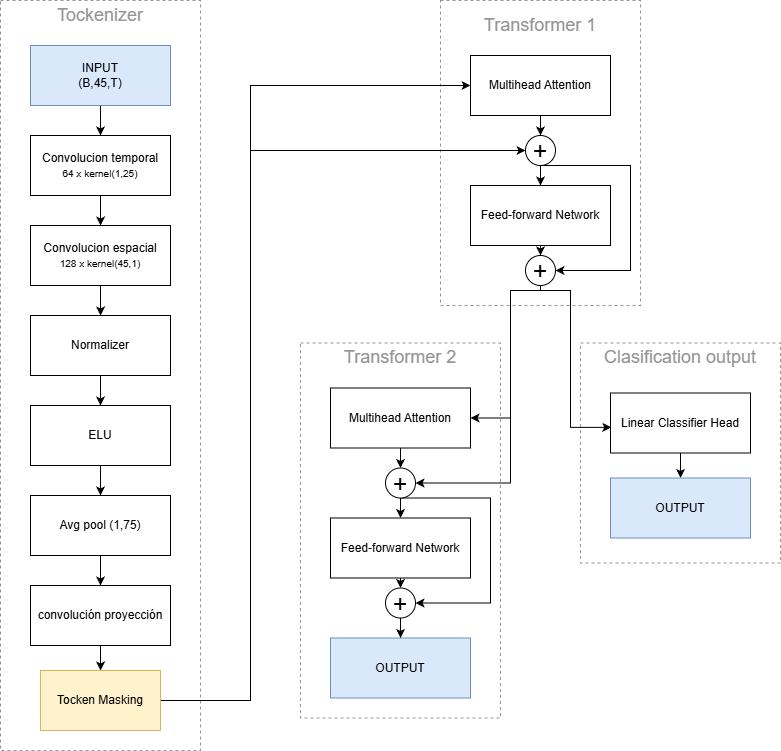
Before: Memoria/plantilla_tfg_latex__1_/Imagenes/Bitmap/Esquema-Training-Modelo.png, a diagram exported from draw.io (J0RGITO-SA3Z/TFG-BCI). Source tidied: cells renumbered, new cells last; positions are measured from the earlier drawing's top-left corner, leaving out a move shared by most shapes.
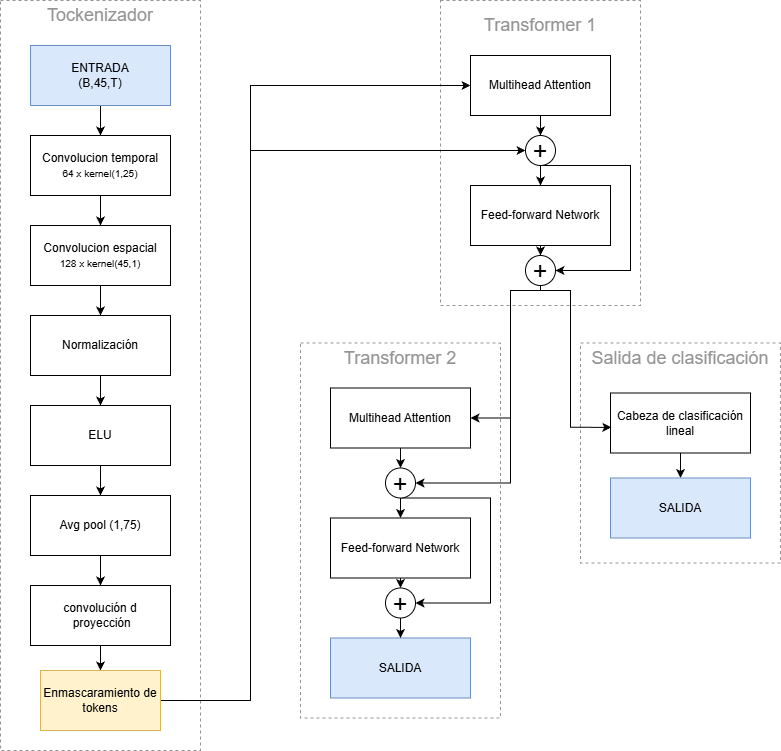
The same file after the commit.

What changed in the source:
```diff
@@ -26,7 +26,7 @@
     <mxCell id="9" style="edgeStyle=orthogonalEdgeStyle;rounded=0;jettySize=auto;html=1;exitX=0.5;exitY=1;exitDx=0;exitDy=0;entryX=0.5;entryY=0;entryDx=0;entryDy=0;" parent="1" edge="1" source="10" target="12">
       <mxGeometry relative="1" as="geometry" />
     </mxCell>
-    <mxCell id="10" value="Normalizer" style="whiteSpace=wrap;html=1;" parent="1" vertex="1">
+    <mxCell id="10" value="Normalización" style="whiteSpace=wrap;html=1;" parent="1" vertex="1">
       <mxGeometry x="30" y="315" width="140" height="60" as="geometry" />
     </mxCell>
     <mxCell id="11" style="edgeStyle=orthogonalEdgeStyle;rounded=0;jettySize=auto;html=1;exitX=0.5;exitY=1;exitDx=0;exitDy=0;entryX=0.5;entryY=0;entryDx=0;entryDy=0;" parent="1" edge="1" source="12" target="14">
@@ -49,7 +49,7 @@
         </Array>
       </mxGeometry>
     </mxCell>
-    <mxCell id="16" value="convolución proyección" style="whiteSpace=wrap;html=1;" parent="1" vertex="1">
+    <mxCell id="16" value="convolución d&lt;br&gt;&amp;nbsp;proyección" style="whiteSpace=wrap;html=1;" parent="1" vertex="1">
       <mxGeometry x="30" y="585" width="140" height="60" as="geometry" />
     </mxCell>
     <mxCell id="17" style="edgeStyle=orthogonalEdgeStyle;rounded=0;jettySize=auto;html=1;exitX=0.5;exitY=1;exitDx=0;exitDy=0;entryX=0.5;entryY=0;entryDx=0;entryDy=0;" parent="1" edge="1" source="18" target="22">
@@ -58,7 +58,7 @@
     <mxCell id="18" value="Multihead Attention" style="whiteSpace=wrap;html=1;" parent="1" vertex="1">
       <mxGeometry x="470" y="55" width="140" height="60" as="geometry" />
     </mxCell>
-    <mxCell id="19" value="&lt;font style=&quot;font-size: 18px; color: rgb(148, 148, 148);&quot;&gt;Tockenizer&lt;/font&gt;" style="text;html=1;whiteSpace=wrap;strokeColor=none;fillColor=none;align=center;verticalAlign=middle;rounded=0;" parent="1" vertex="1">
+    <mxCell id="19" value="&lt;font style=&quot;font-size: 18px; color: rgb(148, 148, 148);&quot;&gt;Tockenizador&lt;/font&gt;" style="text;html=1;whiteSpace=wrap;strokeColor=none;fillColor=none;align=center;verticalAlign=middle;rounded=0;" parent="1" vertex="1">
       <mxGeometry x="35" width="130" height="30" as="geometry" />
     </mxCell>
     <mxCell id="20" style="edgeStyle=orthogonalEdgeStyle;rounded=0;jettySize=auto;html=1;exitX=0.5;exitY=1;exitDx=0;exitDy=0;entryX=0.5;entryY=0;entryDx=0;entryDy=0;" parent="1" edge="1" source="22" target="24">
@@ -108,20 +108,20 @@
     <mxCell id="29" style="edgeStyle=orthogonalEdgeStyle;rounded=0;jettySize=auto;html=1;" parent="1" edge="1" source="30" target="31">
       <mxGeometry relative="1" as="geometry" />
     </mxCell>
-    <mxCell id="30" value="Linear Classifier Head" style="whiteSpace=wrap;html=1;" parent="1" vertex="1">
+    <mxCell id="30" value="Cabeza de clasificación&lt;br&gt;lineal" style="whiteSpace=wrap;html=1;" parent="1" vertex="1">
       <mxGeometry x="610" y="392.5" width="140" height="60" as="geometry" />
     </mxCell>
-    <mxCell id="31" value="OUTPUT" style="whiteSpace=wrap;html=1;fillColor=#dae8fc;strokeColor=#6c8ebf;" parent="1" vertex="1">
+    <mxCell id="31" value="SALIDA" style="whiteSpace=wrap;html=1;fillColor=#dae8fc;strokeColor=#6c8ebf;" parent="1" vertex="1">
       <mxGeometry x="610" y="477.5" width="140" height="60" as="geometry" />
     </mxCell>
     <mxCell id="32" style="edgeStyle=orthogonalEdgeStyle;rounded=0;jettySize=auto;html=1;entryX=0.5;entryY=0;entryDx=0;entryDy=0;" parent="1" edge="1" source="33" target="6">
       <mxGeometry relative="1" as="geometry" />
     </mxCell>
-    <mxCell id="33" value="INPUT&lt;br&gt;(B,45,T)" style="whiteSpace=wrap;html=1;fillColor=#dae8fc;strokeColor=#6c8ebf;" parent="1" vertex="1">
+    <mxCell id="33" value="ENTRADA&lt;br&gt;(B,45,T)" style="whiteSpace=wrap;html=1;fillColor=#dae8fc;strokeColor=#6c8ebf;" parent="1" vertex="1">
       <mxGeometry x="30" y="45" width="140" height="60" as="geometry" />
     </mxCell>
-    <mxCell id="34" value="&lt;font color=&quot;#949494&quot;&gt;&lt;span style=&quot;font-size: 18px;&quot;&gt;Clasification output&lt;/span&gt;&lt;/font&gt;" style="text;html=1;whiteSpace=wrap;strokeColor=none;fillColor=none;align=center;verticalAlign=middle;rounded=0;" parent="1" vertex="1">
-      <mxGeometry x="600" y="342.5" width="160" height="30" as="geometry" />
+    <mxCell id="34" value="&lt;font color=&quot;#949494&quot;&gt;&lt;span style=&quot;font-size: 18px;&quot;&gt;Salida de clasificación&lt;/span&gt;&lt;/font&gt;" style="text;html=1;whiteSpace=wrap;strokeColor=none;fillColor=none;align=center;verticalAlign=middle;rounded=0;" parent="1" vertex="1">
+      <mxGeometry x="590" y="342.5" width="180" height="30" as="geometry" />
     </mxCell>
     <mxCell id="35" style="verticalLabelPosition=bottom;verticalAlign=top;html=1;shape=mxgraph.basic.rect;fillColor2=none;strokeWidth=1;size=20;indent=5;fillColor=none;dashed=1;strokeColor=#949494;" parent="1" vertex="1">
       <mxGeometry x="300" y="342.5" width="200" height="375" as="geometry" />
@@ -177,10 +177,10 @@
         </Array>
       </mxGeometry>
     </mxCell>
-    <mxCell id="48" value="Tocken Masking" style="rounded=0;whiteSpace=wrap;html=1;fillColor=#fff2cc;strokeColor=#d6b656;" parent="1" vertex="1">
+    <mxCell id="48" value="Enmascaramiento de&lt;br&gt;tokens" style="rounded=0;whiteSpace=wrap;html=1;fillColor=#fff2cc;strokeColor=#d6b656;" parent="1" vertex="1">
       <mxGeometry x="40" y="670" width="120" height="60" as="geometry" />
     </mxCell>
-    <mxCell id="49" value="OUTPUT" style="whiteSpace=wrap;html=1;fillColor=#dae8fc;strokeColor=#6c8ebf;" parent="1" vertex="1">
+    <mxCell id="49" value="SALIDA" style="whiteSpace=wrap;html=1;fillColor=#dae8fc;strokeColor=#6c8ebf;" parent="1" vertex="1">
       <mxGeometry x="330" y="637.5" width="140" height="60" as="geometry" />
     </mxCell>
     <mxCell id="50" style="edgeStyle=orthogonalEdgeStyle;rounded=0;jettySize=auto;html=1;entryX=0.006;entryY=0.572;entryDx=0;entryDy=0;entryPerimeter=0;" parent="1" edge="1" source="28" target="30">
```
